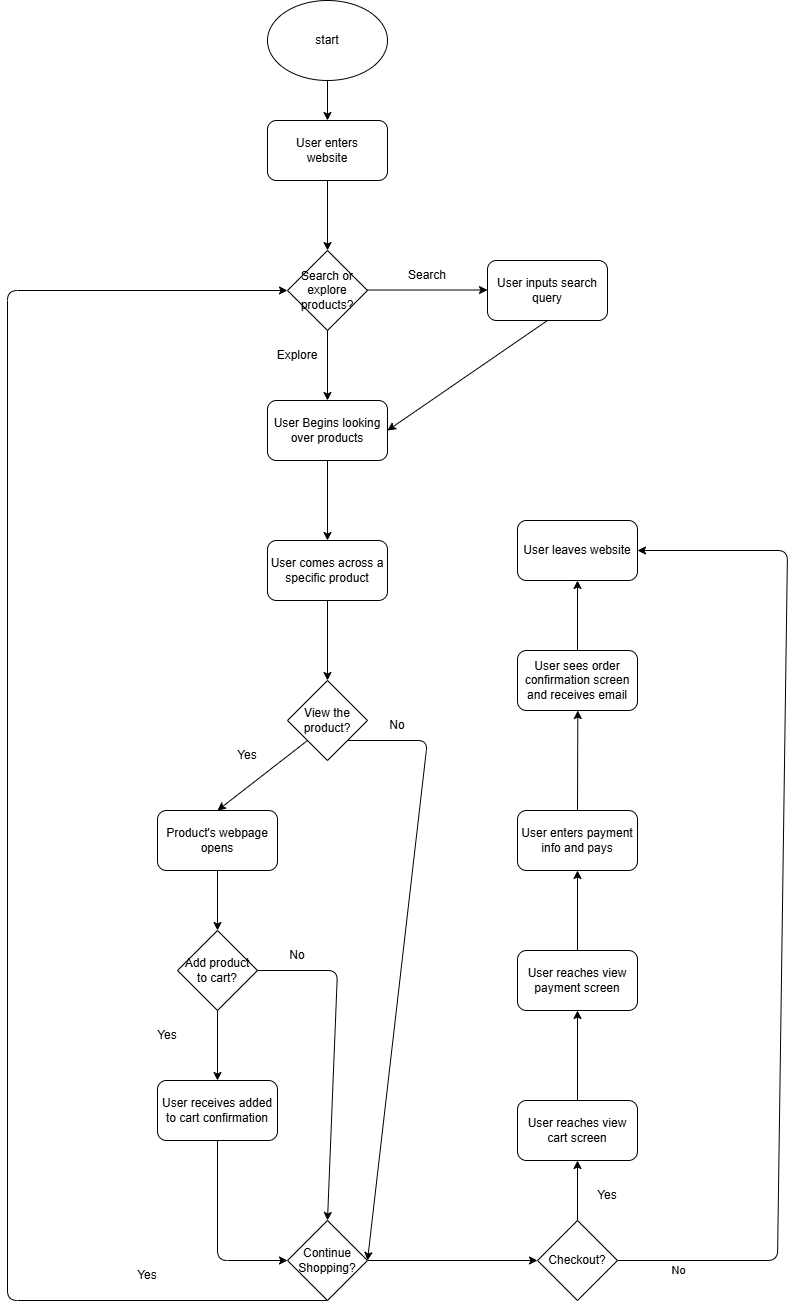
The draw.io diagram explore/diagramming/diagram.drawio.png in JialinWang28/sp26-cse110-lab4, before a commit. Source tidied: cells renumbered, new cells last; positions are measured from the earlier drawing's top-left corner, leaving out a move shared by most shapes. The source it was exported from:
```xml
<mxGraphModel>
  <root>
    <mxCell id="0" />
    <mxCell id="1" parent="0" />
    <mxCell id="2" value="start" style="ellipse;whiteSpace=wrap;html=1;" parent="1" vertex="1">
      <mxGeometry x="260" width="120" height="80" as="geometry" />
    </mxCell>
    <mxCell id="3" value="User enters&lt;div&gt;website&lt;/div&gt;" style="rounded=1;whiteSpace=wrap;html=1;" parent="1" vertex="1">
      <mxGeometry x="260" y="120" width="120" height="60" as="geometry" />
    </mxCell>
    <mxCell id="4" style="endArrow=classic;html=1;exitX=0.5;exitY=1;exitDx=0;exitDy=0;entryX=0.5;entryY=0;entryDx=0;entryDy=0;" parent="1" edge="1" source="2" target="3">
      <mxGeometry relative="1" as="geometry" />
    </mxCell>
    <mxCell id="5" value="Search or explore products?" style="rhombus;whiteSpace=wrap;html=1;" parent="1" vertex="1">
      <mxGeometry x="280" y="250" width="80" height="80" as="geometry" />
    </mxCell>
    <mxCell id="6" style="endArrow=classic;html=1;exitX=0.5;exitY=1;exitDx=0;exitDy=0;entryX=0.5;entryY=0;entryDx=0;entryDy=0;" parent="1" edge="1" source="3" target="5">
      <mxGeometry relative="1" as="geometry" />
    </mxCell>
    <mxCell id="7" style="endArrow=classic;html=1;" parent="1" edge="1">
      <mxGeometry relative="1" as="geometry">
        <mxPoint x="320" y="330" as="sourcePoint" />
        <mxPoint x="320" y="400" as="targetPoint" />
      </mxGeometry>
    </mxCell>
    <mxCell id="8" style="endArrow=classic;html=1;" parent="1" edge="1">
      <mxGeometry relative="1" as="geometry">
        <mxPoint x="360" y="289.5" as="sourcePoint" />
        <mxPoint x="480" y="289.5" as="targetPoint" />
      </mxGeometry>
    </mxCell>
    <mxCell id="9" value="Search" style="text;html=1;align=center;verticalAlign=middle;whiteSpace=wrap;rounded=0;" parent="1" vertex="1">
      <mxGeometry x="390" y="260" width="60" height="30" as="geometry" />
    </mxCell>
    <mxCell id="10" value="Explore" style="text;html=1;align=center;verticalAlign=middle;whiteSpace=wrap;rounded=0;" parent="1" vertex="1">
      <mxGeometry x="260" y="340" width="60" height="30" as="geometry" />
    </mxCell>
    <mxCell id="11" style="edgeStyle=none;html=1;exitX=0.5;exitY=1;exitDx=0;exitDy=0;entryX=1;entryY=0.5;entryDx=0;entryDy=0;" parent="1" edge="1" source="12" target="14">
      <mxGeometry relative="1" as="geometry" />
    </mxCell>
    <mxCell id="12" value="User inputs search query" style="rounded=1;whiteSpace=wrap;html=1;" parent="1" vertex="1">
      <mxGeometry x="480" y="260" width="120" height="60" as="geometry" />
    </mxCell>
    <mxCell id="13" style="edgeStyle=none;html=1;exitX=0.5;exitY=1;exitDx=0;exitDy=0;" parent="1" edge="1" source="14" target="16">
      <mxGeometry relative="1" as="geometry" />
    </mxCell>
    <mxCell id="14" value="User Begins looking over products" style="rounded=1;whiteSpace=wrap;html=1;" parent="1" vertex="1">
      <mxGeometry x="260" y="400" width="120" height="60" as="geometry" />
    </mxCell>
    <mxCell id="15" style="edgeStyle=none;html=1;exitX=0.5;exitY=1;exitDx=0;exitDy=0;entryX=0.5;entryY=0;entryDx=0;entryDy=0;" parent="1" edge="1" source="16" target="19">
      <mxGeometry relative="1" as="geometry" />
    </mxCell>
    <mxCell id="16" value="User comes across a specific product" style="rounded=1;whiteSpace=wrap;html=1;" parent="1" vertex="1">
      <mxGeometry x="260" y="540" width="120" height="60" as="geometry" />
    </mxCell>
    <mxCell id="17" style="edgeStyle=none;html=1;exitX=0;exitY=1;exitDx=0;exitDy=0;entryX=0.5;entryY=0;entryDx=0;entryDy=0;" parent="1" edge="1" source="19" target="24">
      <mxGeometry relative="1" as="geometry" />
    </mxCell>
    <mxCell id="18" style="edgeStyle=none;html=1;exitX=1;exitY=1;exitDx=0;exitDy=0;entryX=1;entryY=0.5;entryDx=0;entryDy=0;" parent="1" edge="1" source="19" target="22">
      <mxGeometry relative="1" as="geometry">
        <Array as="points">
          <mxPoint x="420" y="740" />
        </Array>
      </mxGeometry>
    </mxCell>
    <mxCell id="19" value="View the product?" style="rhombus;whiteSpace=wrap;html=1;" parent="1" vertex="1">
      <mxGeometry x="280" y="680" width="80" height="80" as="geometry" />
    </mxCell>
    <mxCell id="20" style="edgeStyle=none;html=1;exitX=0.5;exitY=1;exitDx=0;exitDy=0;entryX=0;entryY=0.5;entryDx=0;entryDy=0;" parent="1" edge="1" source="22" target="5">
      <mxGeometry relative="1" as="geometry">
        <Array as="points">
          <mxPoint y="1300" />
          <mxPoint y="290" />
        </Array>
      </mxGeometry>
    </mxCell>
    <mxCell id="21" style="edgeStyle=none;html=1;exitX=1;exitY=0.5;exitDx=0;exitDy=0;entryX=0;entryY=0.5;entryDx=0;entryDy=0;" parent="1" edge="1" source="22" target="38">
      <mxGeometry relative="1" as="geometry" />
    </mxCell>
    <mxCell id="22" value="Continue Shopping?" style="rhombus;whiteSpace=wrap;html=1;" parent="1" vertex="1">
      <mxGeometry x="280" y="1220" width="80" height="80" as="geometry" />
    </mxCell>
    <mxCell id="23" style="edgeStyle=none;html=1;exitX=0.5;exitY=1;exitDx=0;exitDy=0;entryX=0.5;entryY=0;entryDx=0;entryDy=0;" parent="1" edge="1" source="24" target="27">
      <mxGeometry relative="1" as="geometry" />
    </mxCell>
    <mxCell id="24" value="Product's webpage opens" style="rounded=1;whiteSpace=wrap;html=1;" parent="1" vertex="1">
      <mxGeometry x="150" y="810" width="120" height="60" as="geometry" />
    </mxCell>
    <mxCell id="25" style="edgeStyle=none;html=1;exitX=0.5;exitY=1;exitDx=0;exitDy=0;entryX=0.5;entryY=0;entryDx=0;entryDy=0;" parent="1" edge="1" source="27" target="29">
      <mxGeometry relative="1" as="geometry" />
    </mxCell>
    <mxCell id="26" style="edgeStyle=none;html=1;exitX=1;exitY=0.5;exitDx=0;exitDy=0;entryX=0.5;entryY=0;entryDx=0;entryDy=0;" parent="1" edge="1" source="27" target="22">
      <mxGeometry relative="1" as="geometry">
        <Array as="points">
          <mxPoint x="330" y="970" />
        </Array>
      </mxGeometry>
    </mxCell>
    <mxCell id="27" value="Add product to cart?" style="rhombus;whiteSpace=wrap;html=1;" parent="1" vertex="1">
      <mxGeometry x="170" y="930" width="80" height="80" as="geometry" />
    </mxCell>
    <mxCell id="28" style="edgeStyle=none;html=1;exitX=0.5;exitY=1;exitDx=0;exitDy=0;entryX=0;entryY=0.5;entryDx=0;entryDy=0;" parent="1" edge="1" source="29" target="22">
      <mxGeometry relative="1" as="geometry">
        <Array as="points">
          <mxPoint x="210" y="1260" />
        </Array>
      </mxGeometry>
    </mxCell>
    <mxCell id="29" value="User receives added to cart confirmation" style="rounded=1;whiteSpace=wrap;html=1;" parent="1" vertex="1">
      <mxGeometry x="150" y="1080" width="120" height="60" as="geometry" />
    </mxCell>
    <mxCell id="30" value="Yes" style="text;html=1;align=center;verticalAlign=middle;whiteSpace=wrap;rounded=0;" parent="1" vertex="1">
      <mxGeometry x="130" y="1020" width="60" height="30" as="geometry" />
    </mxCell>
    <mxCell id="31" value="No" style="text;html=1;align=center;verticalAlign=middle;whiteSpace=wrap;rounded=0;" parent="1" vertex="1">
      <mxGeometry x="260" y="940" width="60" height="30" as="geometry" />
    </mxCell>
    <mxCell id="32" value="No" style="text;html=1;align=center;verticalAlign=middle;whiteSpace=wrap;rounded=0;" parent="1" vertex="1">
      <mxGeometry x="360" y="710" width="60" height="30" as="geometry" />
    </mxCell>
    <mxCell id="33" value="Yes" style="text;html=1;align=center;verticalAlign=middle;whiteSpace=wrap;rounded=0;" parent="1" vertex="1">
      <mxGeometry x="210" y="740" width="60" height="30" as="geometry" />
    </mxCell>
    <mxCell id="34" value="Yes" style="text;html=1;align=center;verticalAlign=middle;whiteSpace=wrap;rounded=0;" parent="1" vertex="1">
      <mxGeometry x="110" y="1260" width="60" height="30" as="geometry" />
    </mxCell>
    <mxCell id="35" style="edgeStyle=none;html=1;exitX=0.5;exitY=0;exitDx=0;exitDy=0;entryX=0.5;entryY=1;entryDx=0;entryDy=0;" parent="1" edge="1" source="38" target="40">
      <mxGeometry relative="1" as="geometry" />
    </mxCell>
    <mxCell id="36" style="edgeStyle=none;html=1;exitX=1;exitY=0.5;exitDx=0;exitDy=0;entryX=1;entryY=0.5;entryDx=0;entryDy=0;" parent="1" edge="1" source="38" target="47">
      <mxGeometry relative="1" as="geometry">
        <Array as="points">
          <mxPoint x="770" y="1260" />
          <mxPoint x="780" y="550" />
        </Array>
      </mxGeometry>
    </mxCell>
    <mxCell id="37" value="No" style="edgeLabel;html=1;align=center;verticalAlign=middle;" parent="36" vertex="1">
      <mxGeometry x="-0.88" y="-9" relative="1" as="geometry" />
    </mxCell>
    <mxCell id="38" value="Checkout?" style="rhombus;whiteSpace=wrap;html=1;" parent="1" vertex="1">
      <mxGeometry x="530" y="1220" width="80" height="80" as="geometry" />
    </mxCell>
    <mxCell id="39" style="edgeStyle=none;html=1;exitX=0.5;exitY=0;exitDx=0;exitDy=0;" parent="1" edge="1" source="40" target="42">
      <mxGeometry relative="1" as="geometry" />
    </mxCell>
    <mxCell id="40" value="User reaches view cart screen" style="rounded=1;whiteSpace=wrap;html=1;" parent="1" vertex="1">
      <mxGeometry x="510" y="1100" width="120" height="60" as="geometry" />
    </mxCell>
    <mxCell id="41" style="edgeStyle=none;html=1;exitX=0.5;exitY=0;exitDx=0;exitDy=0;entryX=0.5;entryY=1;entryDx=0;entryDy=0;" parent="1" edge="1" source="42" target="44">
      <mxGeometry relative="1" as="geometry" />
    </mxCell>
    <mxCell id="42" value="User reaches view payment screen" style="rounded=1;whiteSpace=wrap;html=1;" parent="1" vertex="1">
      <mxGeometry x="510" y="950" width="120" height="60" as="geometry" />
    </mxCell>
    <mxCell id="43" style="edgeStyle=none;html=1;exitX=0.5;exitY=0;exitDx=0;exitDy=0;" parent="1" edge="1" source="44">
      <mxGeometry relative="1" as="geometry">
        <mxPoint x="570.3" y="710" as="targetPoint" />
      </mxGeometry>
    </mxCell>
    <mxCell id="44" value="User enters payment info and pays" style="rounded=1;whiteSpace=wrap;html=1;" parent="1" vertex="1">
      <mxGeometry x="510" y="810" width="120" height="60" as="geometry" />
    </mxCell>
    <mxCell id="45" style="edgeStyle=none;html=1;exitX=0.5;exitY=0;exitDx=0;exitDy=0;entryX=0.5;entryY=1;entryDx=0;entryDy=0;" parent="1" edge="1" source="46" target="47">
      <mxGeometry relative="1" as="geometry" />
    </mxCell>
    <mxCell id="46" value="User sees order confirmation screen and receives email" style="rounded=1;whiteSpace=wrap;html=1;" parent="1" vertex="1">
      <mxGeometry x="510" y="650" width="120" height="60" as="geometry" />
    </mxCell>
    <mxCell id="47" value="User leaves website" style="rounded=1;whiteSpace=wrap;html=1;" parent="1" vertex="1">
      <mxGeometry x="510" y="520" width="120" height="60" as="geometry" />
    </mxCell>
    <mxCell id="48" value="Yes" style="text;html=1;align=center;verticalAlign=middle;whiteSpace=wrap;rounded=0;" parent="1" vertex="1">
      <mxGeometry x="570" y="1180" width="60" height="30" as="geometry" />
    </mxCell>
  </root>
</mxGraphModel>
```
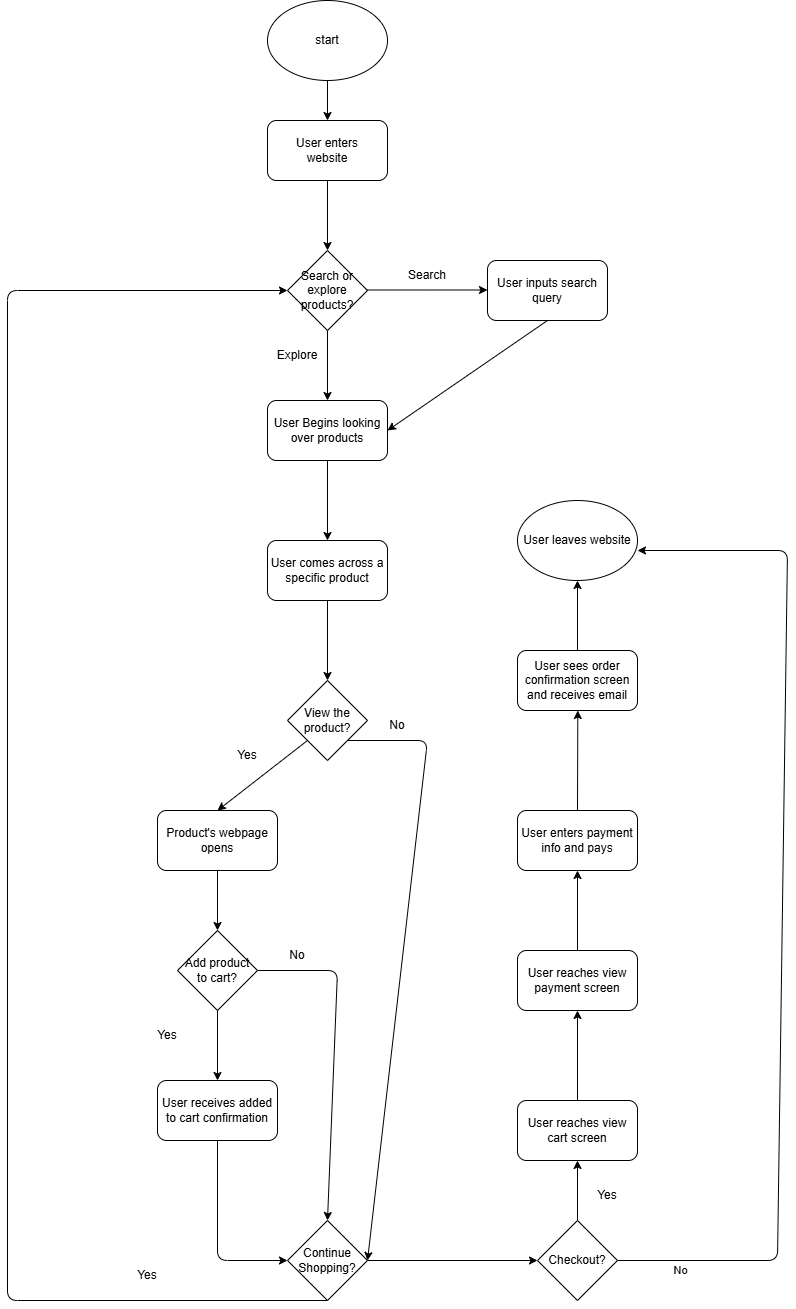
After the change.

Commit message:
corrected the sape of the final block

The edit, as a diff of the source:
```diff
@@ -127,8 +127,9 @@
     <mxCell id="35" style="edgeStyle=none;html=1;exitX=0.5;exitY=0;exitDx=0;exitDy=0;entryX=0.5;entryY=1;entryDx=0;entryDy=0;" parent="1" edge="1" source="38" target="40">
       <mxGeometry relative="1" as="geometry" />
     </mxCell>
-    <mxCell id="36" style="edgeStyle=none;html=1;exitX=1;exitY=0.5;exitDx=0;exitDy=0;entryX=1;entryY=0.5;entryDx=0;entryDy=0;" parent="1" edge="1" source="38" target="47">
+    <mxCell id="36" style="edgeStyle=none;html=1;exitX=1;exitY=0.5;exitDx=0;exitDy=0;entryX=1;entryY=0.5;entryDx=0;entryDy=0;" parent="1" edge="1" source="38">
       <mxGeometry relative="1" as="geometry">
+        <mxPoint x="630" y="550" as="targetPoint" />
         <Array as="points">
           <mxPoint x="770" y="1260" />
           <mxPoint x="780" y="550" />
@@ -161,17 +162,19 @@
     <mxCell id="44" value="User enters payment info and pays" style="rounded=1;whiteSpace=wrap;html=1;" parent="1" vertex="1">
       <mxGeometry x="510" y="810" width="120" height="60" as="geometry" />
     </mxCell>
-    <mxCell id="45" style="edgeStyle=none;html=1;exitX=0.5;exitY=0;exitDx=0;exitDy=0;entryX=0.5;entryY=1;entryDx=0;entryDy=0;" parent="1" edge="1" source="46" target="47">
-      <mxGeometry relative="1" as="geometry" />
+    <mxCell id="45" style="edgeStyle=none;html=1;exitX=0.5;exitY=0;exitDx=0;exitDy=0;entryX=0.5;entryY=1;entryDx=0;entryDy=0;" parent="1" edge="1" source="46">
+      <mxGeometry relative="1" as="geometry">
+        <mxPoint x="570" y="580" as="targetPoint" />
+      </mxGeometry>
     </mxCell>
     <mxCell id="46" value="User sees order confirmation screen and receives email" style="rounded=1;whiteSpace=wrap;html=1;" parent="1" vertex="1">
       <mxGeometry x="510" y="650" width="120" height="60" as="geometry" />
     </mxCell>
+    <mxCell id="48" value="Yes" style="text;html=1;align=center;verticalAlign=middle;whiteSpace=wrap;rounded=0;" parent="1" vertex="1">
+      <mxGeometry x="570" y="1180" width="60" height="30" as="geometry" />
+    </mxCell>
-    <mxCell id="47" value="User leaves website" style="rounded=1;whiteSpace=wrap;html=1;" parent="1" vertex="1">
-      <mxGeometry x="510" y="520" width="120" height="60" as="geometry" />
+    <mxCell id="47" value="User leaves website" style="ellipse;whiteSpace=wrap;html=1;" parent="1" vertex="1">
+      <mxGeometry x="510" y="500" width="120" height="80" as="geometry" />
     </mxCell>
-    <mxCell id="48" value="Yes" style="text;html=1;align=center;verticalAlign=middle;whiteSpace=wrap;rounded=0;" parent="1" vertex="1">
-      <mxGeometry x="570" y="1180" width="60" height="30" as="geometry" />
-    </mxCell>
   </root>
 </mxGraphModel>
```
